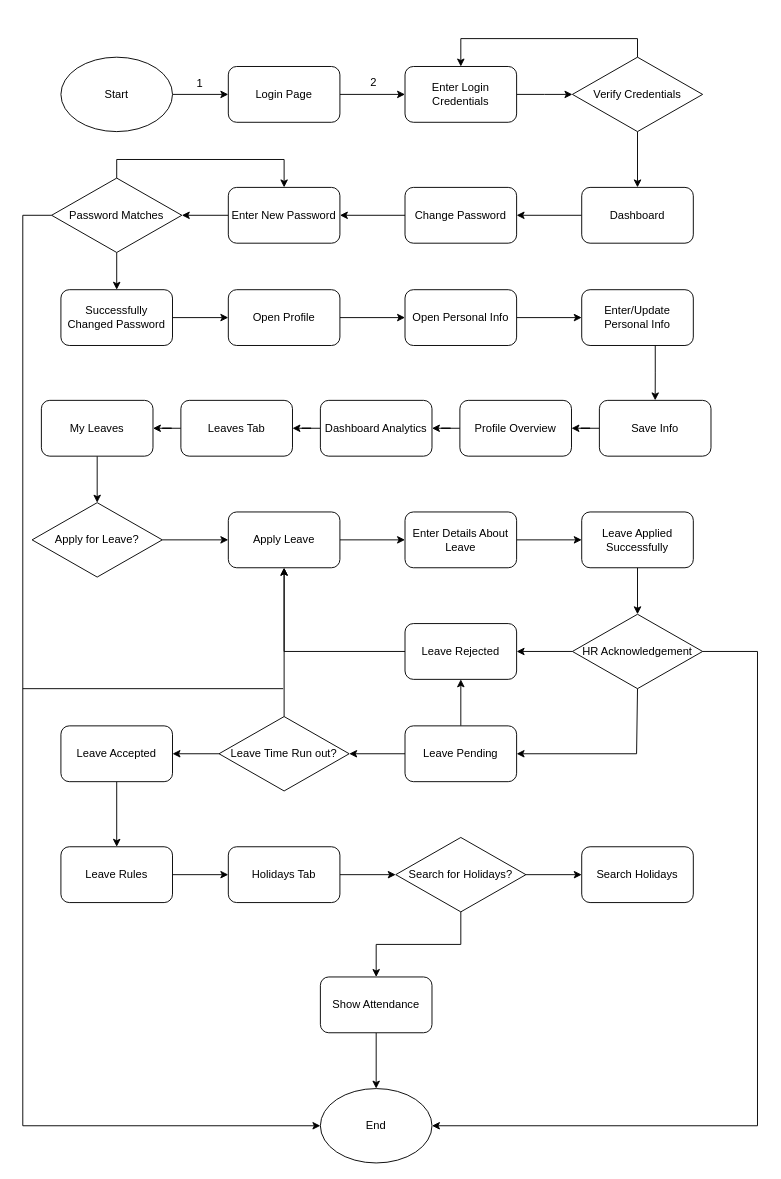
salman141/SQAProject keeps this draw.io diagram as Untitled Diagram.drawio. Above is the earlier version. Source tidied: cells renumbered, new cells numbered last; positions are measured from the earlier drawing's top-left corner, leaving out a move shared by most shapes. Both pictures are drawn from the tidied source at 93%, with x=0, y=0 at pixel (22, 38).
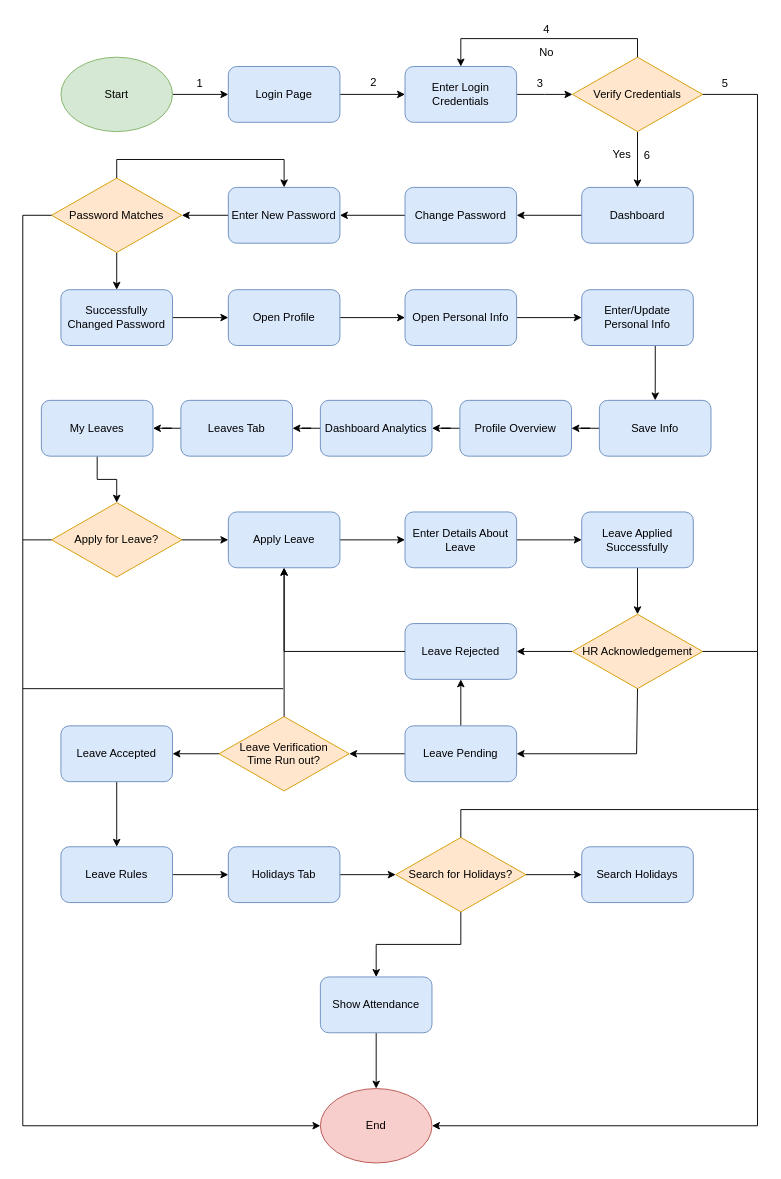
Above is the later version.

The edit, as a diff of the source:
```diff
@@
-    <mxCell id="3" value="Start" style="ellipse;whiteSpace=wrap;html=1;" parent="1" vertex="1">
+    <mxCell id="3" value="Start" style="ellipse;whiteSpace=wrap;html=1;fillColor=#d5e8d4;strokeColor=#82b366;" parent="1" vertex="1">
       <mxGeometry x="41" y="20" width="120" height="80" as="geometry" />
     </mxCell>
@@
-    <mxCell id="5" value="Login Page" style="rounded=1;whiteSpace=wrap;html=1;" parent="1" vertex="1">
+    <mxCell id="5" value="Login Page" style="rounded=1;whiteSpace=wrap;html=1;fillColor=#dae8fc;strokeColor=#6c8ebf;" parent="1" vertex="1">
       <mxGeometry x="221" y="30" width="120" height="60" as="geometry" />
     </mxCell>
@@
-    <mxCell id="7" value="Enter Login Credentials" style="rounded=1;whiteSpace=wrap;html=1;" parent="1" vertex="1">
+    <mxCell id="7" value="Enter Login Credentials" style="rounded=1;whiteSpace=wrap;html=1;fillColor=#dae8fc;strokeColor=#6c8ebf;" parent="1" vertex="1">
       <mxGeometry x="411" y="30" width="120" height="60" as="geometry" />
     </mxCell>
@@
-    <mxCell id="9" value="Verify Credentials" style="rhombus;whiteSpace=wrap;html=1;" parent="1" vertex="1">
+    <mxCell id="9" value="Verify Credentials" style="rhombus;whiteSpace=wrap;html=1;fillColor=#ffe6cc;strokeColor=#d79b00;" parent="1" vertex="1">
       <mxGeometry x="591" y="20" width="140" height="80" as="geometry" />
     </mxCell>
@@
-    <mxCell id="12" value="Dashboard" style="rounded=1;whiteSpace=wrap;html=1;" parent="1" vertex="1">
+    <mxCell id="12" value="Dashboard" style="rounded=1;whiteSpace=wrap;html=1;fillColor=#dae8fc;strokeColor=#6c8ebf;" parent="1" vertex="1">
       <mxGeometry x="601" y="160" width="120" height="60" as="geometry" />
     </mxCell>
@@
-    <mxCell id="14" value="Change Password" style="rounded=1;whiteSpace=wrap;html=1;" parent="1" vertex="1">
+    <mxCell id="14" value="Change Password" style="rounded=1;whiteSpace=wrap;html=1;fillColor=#dae8fc;strokeColor=#6c8ebf;" parent="1" vertex="1">
       <mxGeometry x="411" y="160" width="120" height="60" as="geometry" />
     </mxCell>
@@
-    <mxCell id="16" value="Enter New Password" style="rounded=1;whiteSpace=wrap;html=1;" parent="1" vertex="1">
+    <mxCell id="16" value="Enter New Password" style="rounded=1;whiteSpace=wrap;html=1;fillColor=#dae8fc;strokeColor=#6c8ebf;" parent="1" vertex="1">
       <mxGeometry x="221" y="160" width="120" height="60" as="geometry" />
     </mxCell>
@@
-    <mxCell id="18" value="Password Matches" style="rhombus;whiteSpace=wrap;html=1;" parent="1" vertex="1">
+    <mxCell id="18" value="Password Matches" style="rhombus;whiteSpace=wrap;html=1;fillColor=#ffe6cc;strokeColor=#d79b00;" parent="1" vertex="1">
       <mxGeometry x="31" y="150" width="140" height="80" as="geometry" />
     </mxCell>
@@
-    <mxCell id="21" value="Successfully Changed Password" style="rounded=1;whiteSpace=wrap;html=1;" parent="1" vertex="1">
+    <mxCell id="21" value="Successfully Changed Password" style="rounded=1;whiteSpace=wrap;html=1;fillColor=#dae8fc;strokeColor=#6c8ebf;" parent="1" vertex="1">
       <mxGeometry x="41" y="270" width="120" height="60" as="geometry" />
     </mxCell>
@@
-    <mxCell id="23" value="Open Profile" style="rounded=1;whiteSpace=wrap;html=1;" parent="1" vertex="1">
+    <mxCell id="23" value="Open Profile" style="rounded=1;whiteSpace=wrap;html=1;fillColor=#dae8fc;strokeColor=#6c8ebf;" parent="1" vertex="1">
       <mxGeometry x="221" y="270" width="120" height="60" as="geometry" />
     </mxCell>
@@
-    <mxCell id="25" value="Open Personal Info" style="rounded=1;whiteSpace=wrap;html=1;" parent="1" vertex="1">
+    <mxCell id="25" value="Open Personal Info" style="rounded=1;whiteSpace=wrap;html=1;fillColor=#dae8fc;strokeColor=#6c8ebf;" parent="1" vertex="1">
       <mxGeometry x="411" y="270" width="120" height="60" as="geometry" />
     </mxCell>
@@
-    <mxCell id="27" value="Enter/Update Personal Info" style="rounded=1;whiteSpace=wrap;html=1;" parent="1" vertex="1">
+    <mxCell id="27" value="Enter/Update Personal Info" style="rounded=1;whiteSpace=wrap;html=1;fillColor=#dae8fc;strokeColor=#6c8ebf;" parent="1" vertex="1">
       <mxGeometry x="601" y="270" width="120" height="60" as="geometry" />
     </mxCell>
@@
-    <mxCell id="29" value="Save Info" style="rounded=1;whiteSpace=wrap;html=1;" parent="1" vertex="1">
+    <mxCell id="29" value="Save Info" style="rounded=1;whiteSpace=wrap;html=1;fillColor=#dae8fc;strokeColor=#6c8ebf;" parent="1" vertex="1">
       <mxGeometry x="620" y="389" width="120" height="60" as="geometry" />
     </mxCell>
@@
-    <mxCell id="31" value="Profile Overview" style="rounded=1;whiteSpace=wrap;html=1;" parent="1" vertex="1">
+    <mxCell id="31" value="Profile Overview" style="rounded=1;whiteSpace=wrap;html=1;fillColor=#dae8fc;strokeColor=#6c8ebf;" parent="1" vertex="1">
       <mxGeometry x="470" y="389" width="120" height="60" as="geometry" />
     </mxCell>
@@
-    <mxCell id="33" value="Dashboard Analytics" style="rounded=1;whiteSpace=wrap;html=1;" parent="1" vertex="1">
+    <mxCell id="33" value="Dashboard Analytics" style="rounded=1;whiteSpace=wrap;html=1;fillColor=#dae8fc;strokeColor=#6c8ebf;" parent="1" vertex="1">
       <mxGeometry x="320" y="389" width="120" height="60" as="geometry" />
     </mxCell>
@@
-    <mxCell id="35" value="Leaves Tab" style="rounded=1;whiteSpace=wrap;html=1;" parent="1" vertex="1">
+    <mxCell id="35" value="Leaves Tab" style="rounded=1;whiteSpace=wrap;html=1;fillColor=#dae8fc;strokeColor=#6c8ebf;" parent="1" vertex="1">
       <mxGeometry x="170" y="389" width="120" height="60" as="geometry" />
     </mxCell>
@@
-    <mxCell id="37" value="My Leaves" style="rounded=1;whiteSpace=wrap;html=1;" parent="1" vertex="1">
+    <mxCell id="37" value="My Leaves" style="rounded=1;whiteSpace=wrap;html=1;fillColor=#dae8fc;strokeColor=#6c8ebf;" parent="1" vertex="1">
       <mxGeometry x="20" y="389" width="120" height="60" as="geometry" />
     </mxCell>
@@
-    <mxCell id="39" value="Apply for Leave?" style="rhombus;whiteSpace=wrap;html=1;" parent="1" vertex="1">
-      <mxGeometry x="10" y="499" width="140" height="80" as="geometry" />
+    <mxCell id="39" value="Apply for Leave?" style="rhombus;whiteSpace=wrap;html=1;fillColor=#ffe6cc;strokeColor=#d79b00;" parent="1" vertex="1">
+      <mxGeometry x="31" y="499" width="140" height="80" as="geometry" />
     </mxCell>
@@
-    <mxCell id="41" value="Apply Leave" style="rounded=1;whiteSpace=wrap;html=1;" parent="1" vertex="1">
+    <mxCell id="41" value="Apply Leave" style="rounded=1;whiteSpace=wrap;html=1;fillColor=#dae8fc;strokeColor=#6c8ebf;" parent="1" vertex="1">
       <mxGeometry x="221" y="509" width="120" height="60" as="geometry" />
     </mxCell>
@@
-    <mxCell id="43" value="Enter Details About Leave" style="rounded=1;whiteSpace=wrap;html=1;" parent="1" vertex="1">
+    <mxCell id="43" value="Enter Details About Leave" style="rounded=1;whiteSpace=wrap;html=1;fillColor=#dae8fc;strokeColor=#6c8ebf;" parent="1" vertex="1">
       <mxGeometry x="411" y="509" width="120" height="60" as="geometry" />
     </mxCell>
@@
-    <mxCell id="45" value="Leave Applied Successfully" style="rounded=1;whiteSpace=wrap;html=1;" parent="1" vertex="1">
+    <mxCell id="45" value="Leave Applied Successfully" style="rounded=1;whiteSpace=wrap;html=1;fillColor=#dae8fc;strokeColor=#6c8ebf;" parent="1" vertex="1">
       <mxGeometry x="601" y="509" width="120" height="60" as="geometry" />
     </mxCell>
@@
-    <mxCell id="47" value="HR Acknowledgement" style="rhombus;whiteSpace=wrap;html=1;" parent="1" vertex="1">
+    <mxCell id="47" value="HR Acknowledgement" style="rhombus;whiteSpace=wrap;html=1;fillColor=#ffe6cc;strokeColor=#d79b00;" parent="1" vertex="1">
       <mxGeometry x="591" y="619" width="140" height="80" as="geometry" />
     </mxCell>
-    <mxCell id="48" value="Leave Rejected" style="rounded=1;whiteSpace=wrap;html=1;" parent="1" vertex="1">
+    <mxCell id="48" value="Leave Rejected" style="rounded=1;whiteSpace=wrap;html=1;fillColor=#dae8fc;strokeColor=#6c8ebf;" parent="1" vertex="1">
       <mxGeometry x="411" y="629" width="120" height="60" as="geometry" />
     </mxCell>
@@
-    <mxCell id="51" value="Leave Pending" style="rounded=1;whiteSpace=wrap;html=1;" parent="1" vertex="1">
+    <mxCell id="51" value="Leave Pending" style="rounded=1;whiteSpace=wrap;html=1;fillColor=#dae8fc;strokeColor=#6c8ebf;" parent="1" vertex="1">
       <mxGeometry x="411" y="739" width="120" height="60" as="geometry" />
     </mxCell>
@@
-    <mxCell id="55" value="Leave Time Run out?" style="rhombus;whiteSpace=wrap;html=1;" parent="1" vertex="1">
+    <mxCell id="55" value="Leave Verification&lt;br&gt;Time Run out?" style="rhombus;whiteSpace=wrap;html=1;fillColor=#ffe6cc;strokeColor=#d79b00;" parent="1" vertex="1">
       <mxGeometry x="211" y="729" width="140" height="80" as="geometry" />
     </mxCell>
@@
-    <mxCell id="58" value="Leave Accepted" style="rounded=1;whiteSpace=wrap;html=1;" parent="1" vertex="1">
+    <mxCell id="58" value="Leave Accepted" style="rounded=1;whiteSpace=wrap;html=1;fillColor=#dae8fc;strokeColor=#6c8ebf;" parent="1" vertex="1">
       <mxGeometry x="41" y="739" width="120" height="60" as="geometry" />
     </mxCell>
@@
-    <mxCell id="60" value="Leave Rules" style="rounded=1;whiteSpace=wrap;html=1;" parent="1" vertex="1">
+    <mxCell id="60" value="Leave Rules" style="rounded=1;whiteSpace=wrap;html=1;fillColor=#dae8fc;strokeColor=#6c8ebf;" parent="1" vertex="1">
       <mxGeometry x="41" y="869" width="120" height="60" as="geometry" />
     </mxCell>
@@
-    <mxCell id="64" value="Holidays Tab" style="rounded=1;whiteSpace=wrap;html=1;" parent="1" vertex="1">
+    <mxCell id="64" value="Holidays Tab" style="rounded=1;whiteSpace=wrap;html=1;fillColor=#dae8fc;strokeColor=#6c8ebf;" parent="1" vertex="1">
       <mxGeometry x="221" y="869" width="120" height="60" as="geometry" />
     </mxCell>
@@
-    <mxCell id="67" value="Search for Holidays?" style="rhombus;whiteSpace=wrap;html=1;" parent="1" vertex="1">
+    <mxCell id="67" value="Search for Holidays?" style="rhombus;whiteSpace=wrap;html=1;fillColor=#ffe6cc;strokeColor=#d79b00;" parent="1" vertex="1">
       <mxGeometry x="401" y="859" width="140" height="80" as="geometry" />
     </mxCell>
-    <mxCell id="68" value="Search Holidays" style="rounded=1;whiteSpace=wrap;html=1;" parent="1" vertex="1">
+    <mxCell id="68" value="Search Holidays" style="rounded=1;whiteSpace=wrap;html=1;fillColor=#dae8fc;strokeColor=#6c8ebf;" parent="1" vertex="1">
       <mxGeometry x="601" y="869" width="120" height="60" as="geometry" />
     </mxCell>
@@
-    <mxCell id="70" value="Show Attendance" style="rounded=1;whiteSpace=wrap;html=1;" parent="1" vertex="1">
+    <mxCell id="70" value="Show Attendance" style="rounded=1;whiteSpace=wrap;html=1;fillColor=#dae8fc;strokeColor=#6c8ebf;" parent="1" vertex="1">
       <mxGeometry x="320" y="1009" width="120" height="60" as="geometry" />
     </mxCell>
@@
-    <mxCell id="73" value="End" style="ellipse;whiteSpace=wrap;html=1;" parent="1" vertex="1">
+    <mxCell id="73" value="End" style="ellipse;whiteSpace=wrap;html=1;fillColor=#f8cecc;strokeColor=#b85450;" parent="1" vertex="1">
       <mxGeometry x="320" y="1129" width="120" height="80" as="geometry" />
     </mxCell>
@@
+    <mxCell id="75" style="endArrow=none;html=1;rounded=0;entryX=1;entryY=0.5;entryDx=0;entryDy=0;" parent="1" edge="1" target="9">
+      <mxGeometry relative="1" as="geometry">
+        <mxPoint x="790" y="659" as="sourcePoint" />
+        <Array as="points">
+          <mxPoint x="790" y="60" />
+        </Array>
+      </mxGeometry>
+    </mxCell>
+    <mxCell id="76" style="endArrow=none;html=1;rounded=0;exitX=0;exitY=0.5;exitDx=0;exitDy=0;" parent="1" edge="1" source="39">
+      <mxGeometry relative="1" as="geometry">
+        <mxPoint y="539" as="targetPoint" />
+      </mxGeometry>
+    </mxCell>
+    <mxCell id="77" style="endArrow=none;html=1;rounded=0;exitX=0.5;exitY=0;exitDx=0;exitDy=0;" parent="1" edge="1" source="67">
+      <mxGeometry relative="1" as="geometry">
+        <mxPoint x="791" y="829" as="targetPoint" />
+        <Array as="points">
+          <mxPoint x="471" y="829" />
+        </Array>
+      </mxGeometry>
+    </mxCell>
+    <mxCell id="78" value="3" style="text;html=1;align=center;verticalAlign=middle;strokeColor=none;fillColor=none;" parent="1" vertex="1">
+      <mxGeometry x="541" y="34" width="30" height="30" as="geometry" />
+    </mxCell>
+    <mxCell id="79" value="4" style="text;html=1;align=center;verticalAlign=middle;strokeColor=none;fillColor=none;" parent="1" vertex="1">
+      <mxGeometry x="548" y="-24" width="30" height="30" as="geometry" />
+    </mxCell>
+    <mxCell id="80" value="No" style="text;html=1;align=center;verticalAlign=middle;strokeColor=none;fillColor=none;" parent="1" vertex="1">
+      <mxGeometry x="543" width="40" height="30" as="geometry" />
+    </mxCell>
+    <mxCell id="81" value="5" style="text;html=1;align=center;verticalAlign=middle;strokeColor=none;fillColor=none;" parent="1" vertex="1">
+      <mxGeometry x="740" y="34" width="30" height="30" as="geometry" />
+    </mxCell>
+    <mxCell id="82" value="6" style="text;html=1;align=center;verticalAlign=middle;strokeColor=none;fillColor=none;" parent="1" vertex="1">
+      <mxGeometry x="656" y="111" width="30" height="30" as="geometry" />
+    </mxCell>
+    <mxCell id="83" value="Yes" style="text;html=1;align=center;verticalAlign=middle;strokeColor=none;fillColor=none;" parent="1" vertex="1">
+      <mxGeometry x="624" y="110" width="40" height="30" as="geometry" />
+    </mxCell>
```
